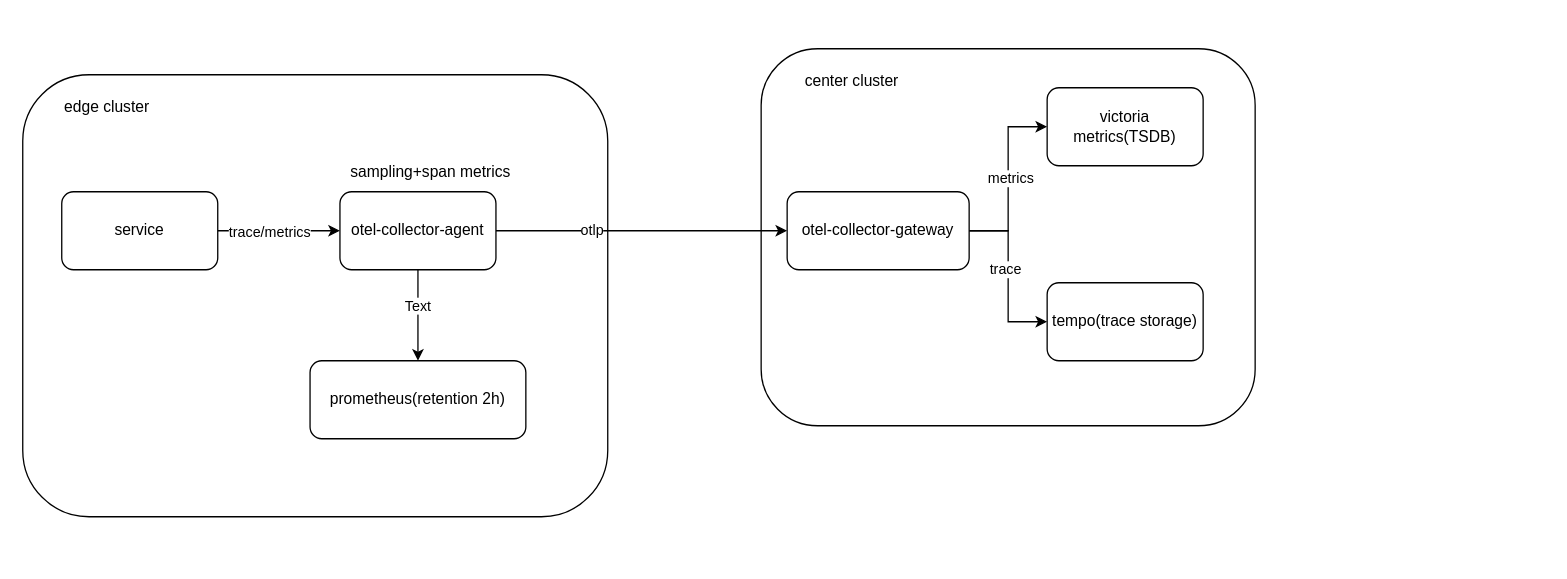
Before: 可观测-流式聚合1.drawio in leiwingqueen/draw-io, a draw.io diagram. Source tidied: cells renumbered, new cells numbered last; positions are measured from the earlier drawing's top-left corner, leaving out a move shared by most shapes. Both pictures are drawn from the tidied source at 130%, with x=0, y=0 at pixel (22, 48).
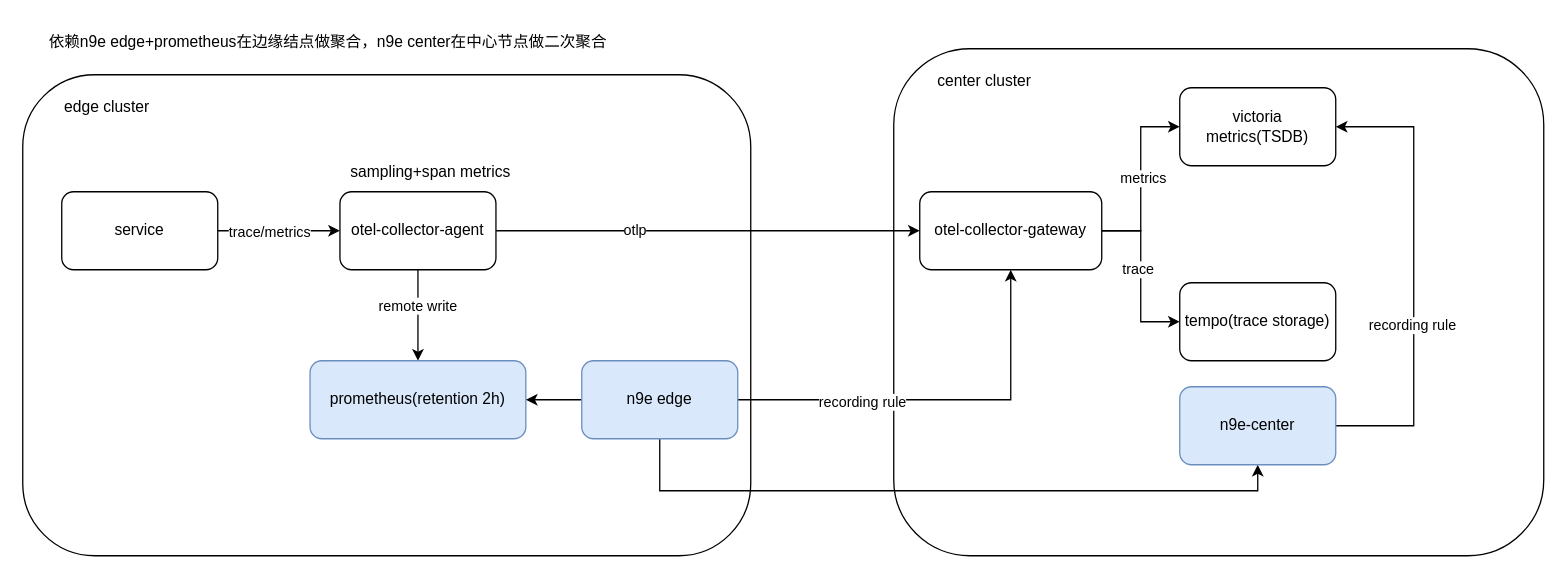
The same diagram, later.

Commit message (it also covers changes not shown here):
更新可观测-流式聚合1.drawio

The change refers to these unchanged cells:
```xml
<mxCell id="9" style="edgeStyle=orthogonalEdgeStyle;rounded=0;jettySize=auto;html=1;" parent="1" edge="1" source="11" target="22">
  <mxGeometry relative="1" as="geometry" />
</mxCell>
```

What changed in the source:
```diff
@@
     <mxCell id="2" style="rounded=1;whiteSpace=wrap;html=1;" parent="1" vertex="1">
-      <mxGeometry x="568" width="380" height="290" as="geometry" />
+      <mxGeometry x="670" width="500" height="390" as="geometry" />
     </mxCell>
     <mxCell id="3" style="rounded=1;whiteSpace=wrap;html=1;" parent="1" vertex="1">
-      <mxGeometry y="20" width="450" height="340" as="geometry" />
+      <mxGeometry y="20" width="560" height="370" as="geometry" />
     </mxCell>
@@
-    <mxCell id="10" value="Text" style="edgeLabel;html=1;align=center;verticalAlign=middle;" parent="9" vertex="1">
+    <mxCell id="10" value="remote write" style="edgeLabel;html=1;align=center;verticalAlign=middle;" parent="9" vertex="1">
       <mxGeometry x="-0.23" y="-1" relative="1" as="geometry" />
     </mxCell>
@@
     <mxCell id="16" value="otel-collector-gateway" style="rounded=1;whiteSpace=wrap;html=1;" parent="1" vertex="1">
-      <mxGeometry x="588" y="110" width="140" height="60" as="geometry" />
+      <mxGeometry x="690" y="110" width="140" height="60" as="geometry" />
     </mxCell>
@@
     <mxCell id="19" value="victoria metrics(TSDB)" style="rounded=1;whiteSpace=wrap;html=1;" parent="1" vertex="1">
-      <mxGeometry x="788" y="30" width="120" height="60" as="geometry" />
+      <mxGeometry x="890" y="30" width="120" height="60" as="geometry" />
     </mxCell>
     <mxCell id="20" value="tempo(trace storage)" style="rounded=1;whiteSpace=wrap;html=1;" parent="1" vertex="1">
-      <mxGeometry x="788" y="180" width="120" height="60" as="geometry" />
+      <mxGeometry x="890" y="180" width="120" height="60" as="geometry" />
     </mxCell>
     <mxCell id="21" value="center cluster" style="text;html=1;align=center;verticalAlign=middle;whiteSpace=wrap;rounded=0;" parent="1" vertex="1">
-      <mxGeometry x="588" y="10" width="100" height="30" as="geometry" />
+      <mxGeometry x="690" y="10" width="100" height="30" as="geometry" />
     </mxCell>
-    <mxCell id="22" value="prometheus(retention 2h)" style="rounded=1;whiteSpace=wrap;html=1;" parent="1" vertex="1">
+    <mxCell id="22" value="prometheus(retention 2h)" style="rounded=1;whiteSpace=wrap;html=1;fillColor=#dae8fc;strokeColor=#6c8ebf;" parent="1" vertex="1">
       <mxGeometry x="221" y="240" width="166" height="60" as="geometry" />
     </mxCell>
+    <mxCell id="23" style="edgeStyle=orthogonalEdgeStyle;rounded=0;jettySize=auto;html=1;" parent="1" edge="1" source="27" target="22">
+      <mxGeometry relative="1" as="geometry" />
+    </mxCell>
+    <mxCell id="24" style="edgeStyle=orthogonalEdgeStyle;rounded=0;jettySize=auto;html=1;entryX=0.5;entryY=1;entryDx=0;entryDy=0;" parent="1" edge="1" source="27" target="16">
+      <mxGeometry relative="1" as="geometry" />
+    </mxCell>
+    <mxCell id="25" value="recording rule" style="edgeLabel;html=1;align=center;verticalAlign=middle;" parent="24" vertex="1">
+      <mxGeometry x="-0.39" y="-1" relative="1" as="geometry" />
+    </mxCell>
+    <mxCell id="26" style="edgeStyle=orthogonalEdgeStyle;rounded=0;jettySize=auto;html=1;entryX=0.5;entryY=1;entryDx=0;entryDy=0;" parent="1" edge="1" source="27" target="30">
+      <mxGeometry relative="1" as="geometry">
+        <Array as="points">
+          <mxPoint x="490" y="340" />
+        </Array>
+      </mxGeometry>
+    </mxCell>
+    <mxCell id="27" value="n9e edge" style="rounded=1;whiteSpace=wrap;html=1;fillColor=#dae8fc;strokeColor=#6c8ebf;" parent="1" vertex="1">
+      <mxGeometry x="430" y="240" width="120" height="60" as="geometry" />
+    </mxCell>
+    <mxCell id="28" style="edgeStyle=orthogonalEdgeStyle;rounded=0;jettySize=auto;html=1;entryX=1;entryY=0.5;entryDx=0;entryDy=0;" parent="1" edge="1" source="30" target="19">
+      <mxGeometry relative="1" as="geometry">
+        <Array as="points">
+          <mxPoint x="1070" y="290" />
+          <mxPoint x="1070" y="60" />
+        </Array>
+      </mxGeometry>
+    </mxCell>
+    <mxCell id="29" value="recording rule" style="edgeLabel;html=1;align=center;verticalAlign=middle;" parent="28" vertex="1">
+      <mxGeometry x="-0.21" y="2" relative="1" as="geometry" />
+    </mxCell>
+    <mxCell id="30" value="n9e-center" style="rounded=1;whiteSpace=wrap;html=1;fillColor=#dae8fc;strokeColor=#6c8ebf;" parent="1" vertex="1">
+      <mxGeometry x="890" y="260" width="120" height="60" as="geometry" />
+    </mxCell>
+    <mxCell id="31" value="依赖n9e edge+prometheus在边缘结点做聚合，n9e center在中心节点做二次聚合" style="text;html=1;align=center;verticalAlign=middle;whiteSpace=wrap;rounded=0;" parent="1" vertex="1">
+      <mxGeometry y="-20" width="470" height="30" as="geometry" />
+    </mxCell>
```
